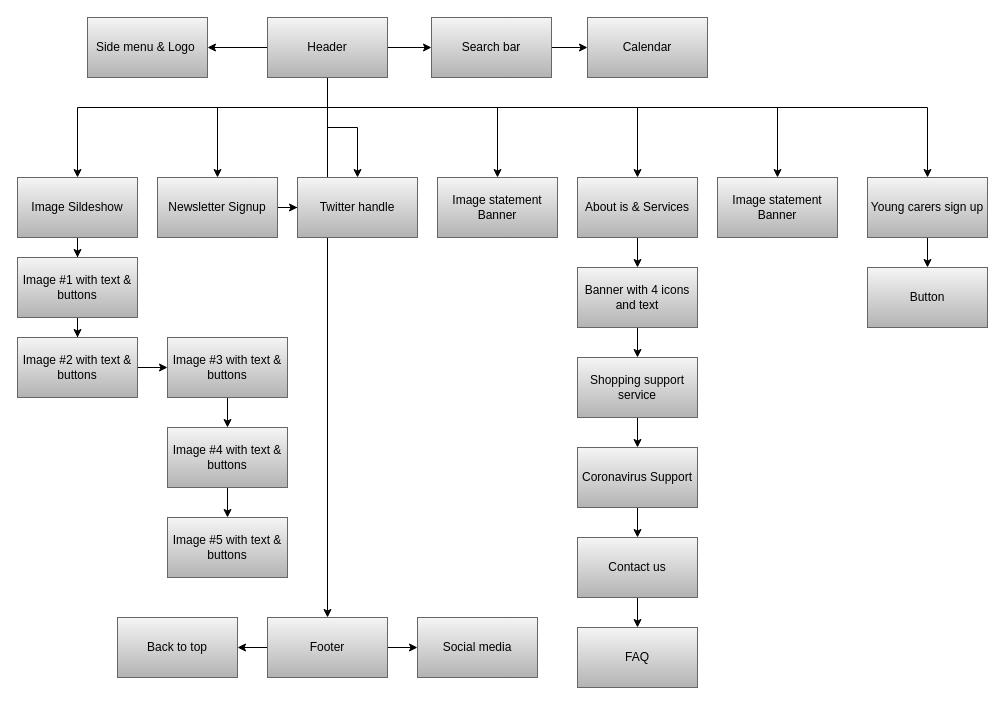
This is Untitled Diagram.drawio from Wasicool2/timeManager, a draw.io file, before an edit. Source tidied: cells renumbered, new cells numbered last; positions are measured from the earlier drawing's top-left corner, leaving out a move shared by most shapes. Both pictures are drawn from the tidied source at 100%, with x=0, y=0 at pixel (17, 17).
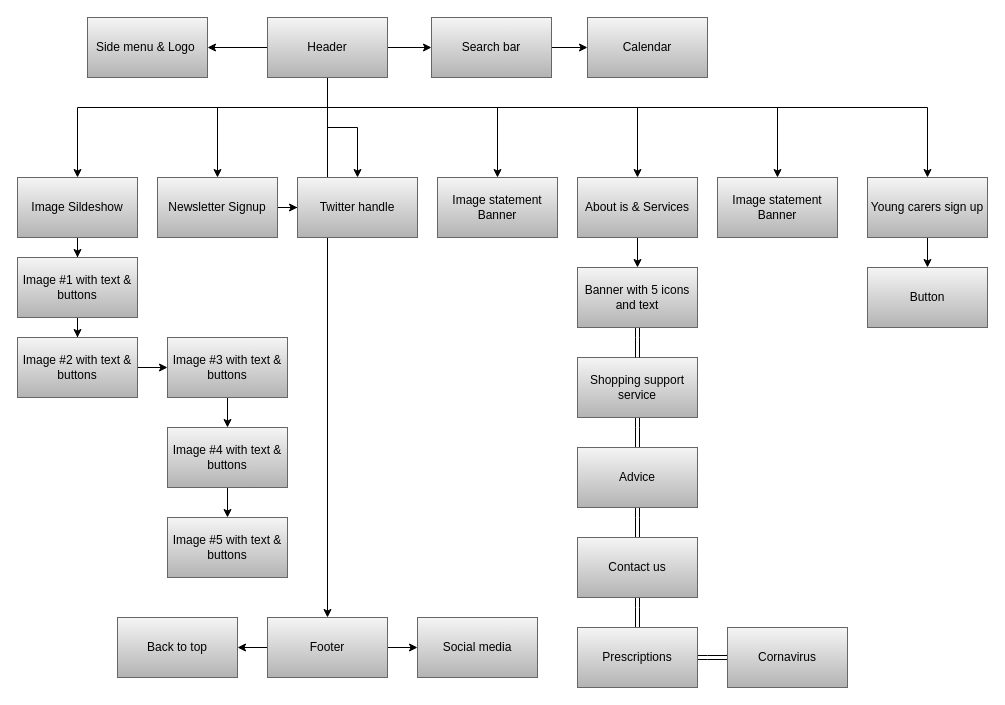
Above is the later version.

Unchanged cells that the change refers to:
```xml
<mxCell id="35" value="Shopping support service" style="rounded=0;whiteSpace=wrap;html=1;gradientColor=#b3b3b3;fillColor=#f5f5f5;strokeColor=#666666;" parent="1" vertex="1">
  <mxGeometry x="560" y="340" width="120" height="60" as="geometry" />
</mxCell>
<mxCell id="39" value="Contact us" style="rounded=0;whiteSpace=wrap;html=1;gradientColor=#b3b3b3;fillColor=#f5f5f5;strokeColor=#666666;" parent="1" vertex="1">
  <mxGeometry x="560" y="520" width="120" height="60" as="geometry" />
</mxCell>
```

Diff of the diagram source:
```diff
@@
-    <mxCell id="34" style="edgeStyle=orthogonalEdgeStyle;rounded=0;jettySize=auto;html=1;" parent="1" edge="1" source="35" target="37">
+    <mxCell id="34" style="edgeStyle=orthogonalEdgeStyle;rounded=0;jettySize=auto;html=1;shape=link;" parent="1" edge="1" source="35" target="37">
       <mxGeometry relative="1" as="geometry" />
     </mxCell>
@@
-    <mxCell id="36" style="edgeStyle=orthogonalEdgeStyle;rounded=0;jettySize=auto;html=1;" parent="1" edge="1" source="37" target="39">
+    <mxCell id="36" style="edgeStyle=orthogonalEdgeStyle;rounded=0;jettySize=auto;html=1;shape=link;" parent="1" edge="1" source="37" target="39">
       <mxGeometry relative="1" as="geometry" />
     </mxCell>
-    <mxCell id="37" value="Coronavirus Support" style="rounded=0;whiteSpace=wrap;html=1;gradientColor=#b3b3b3;fillColor=#f5f5f5;strokeColor=#666666;" parent="1" vertex="1">
+    <mxCell id="37" value="Advice" style="rounded=0;whiteSpace=wrap;html=1;gradientColor=#b3b3b3;fillColor=#f5f5f5;strokeColor=#666666;" parent="1" vertex="1">
       <mxGeometry x="560" y="430" width="120" height="60" as="geometry" />
     </mxCell>
-    <mxCell id="38" style="edgeStyle=orthogonalEdgeStyle;rounded=0;jettySize=auto;html=1;" parent="1" edge="1" source="39" target="40">
+    <mxCell id="38" style="edgeStyle=orthogonalEdgeStyle;rounded=0;jettySize=auto;html=1;shape=link;" parent="1" edge="1" source="39" target="40">
       <mxGeometry relative="1" as="geometry" />
     </mxCell>
@@
+    <mxCell id="52" style="edgeStyle=orthogonalEdgeStyle;shape=link;rounded=0;jettySize=auto;html=1;" parent="1" edge="1" source="40" target="53">
+      <mxGeometry relative="1" as="geometry" />
+    </mxCell>
-    <mxCell id="40" value="FAQ" style="rounded=0;whiteSpace=wrap;html=1;gradientColor=#b3b3b3;fillColor=#f5f5f5;strokeColor=#666666;" parent="1" vertex="1">
+    <mxCell id="40" value="Prescriptions" style="rounded=0;whiteSpace=wrap;html=1;gradientColor=#b3b3b3;fillColor=#f5f5f5;strokeColor=#666666;" parent="1" vertex="1">
       <mxGeometry x="560" y="610" width="120" height="60" as="geometry" />
     </mxCell>
+    <mxCell id="53" value="Cornavirus" style="rounded=0;whiteSpace=wrap;html=1;gradientColor=#b3b3b3;fillColor=#f5f5f5;strokeColor=#666666;" parent="1" vertex="1">
+      <mxGeometry x="710" y="610" width="120" height="60" as="geometry" />
+    </mxCell>
@@
-    <mxCell id="46" style="edgeStyle=orthogonalEdgeStyle;rounded=0;jettySize=auto;html=1;" parent="1" edge="1" source="47" target="35">
+    <mxCell id="46" style="edgeStyle=orthogonalEdgeStyle;rounded=0;jettySize=auto;html=1;shape=link;" parent="1" edge="1" source="47" target="35">
       <mxGeometry relative="1" as="geometry" />
     </mxCell>
-    <mxCell id="47" value="Banner with 4 icons and text" style="rounded=0;whiteSpace=wrap;html=1;gradientColor=#b3b3b3;fillColor=#f5f5f5;strokeColor=#666666;" parent="1" vertex="1">
+    <mxCell id="47" value="Banner with 5 icons and text" style="rounded=0;whiteSpace=wrap;html=1;gradientColor=#b3b3b3;fillColor=#f5f5f5;strokeColor=#666666;" parent="1" vertex="1">
       <mxGeometry x="560" y="250" width="120" height="60" as="geometry" />
     </mxCell>
```
